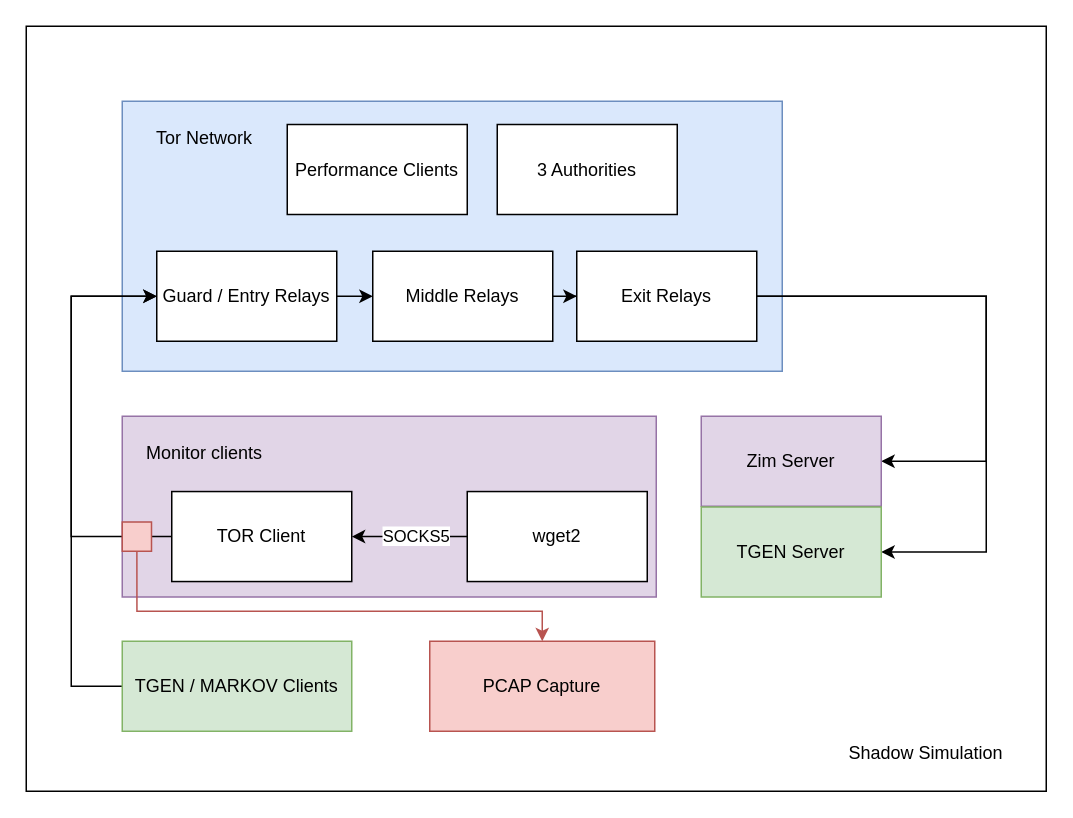
Earlier version of the draw.io diagram page "Page-1" (1 of 3) of images/Diagrams.drawio (OliverStaub/BachelorThesis). Source tidied: cells renumbered, new cells numbered last; positions are measured from the earlier drawing's top-left corner, leaving out a move shared by most shapes. Both pictures are drawn from the tidied source at 150%, with x=0, y=0 at pixel (26, 26).
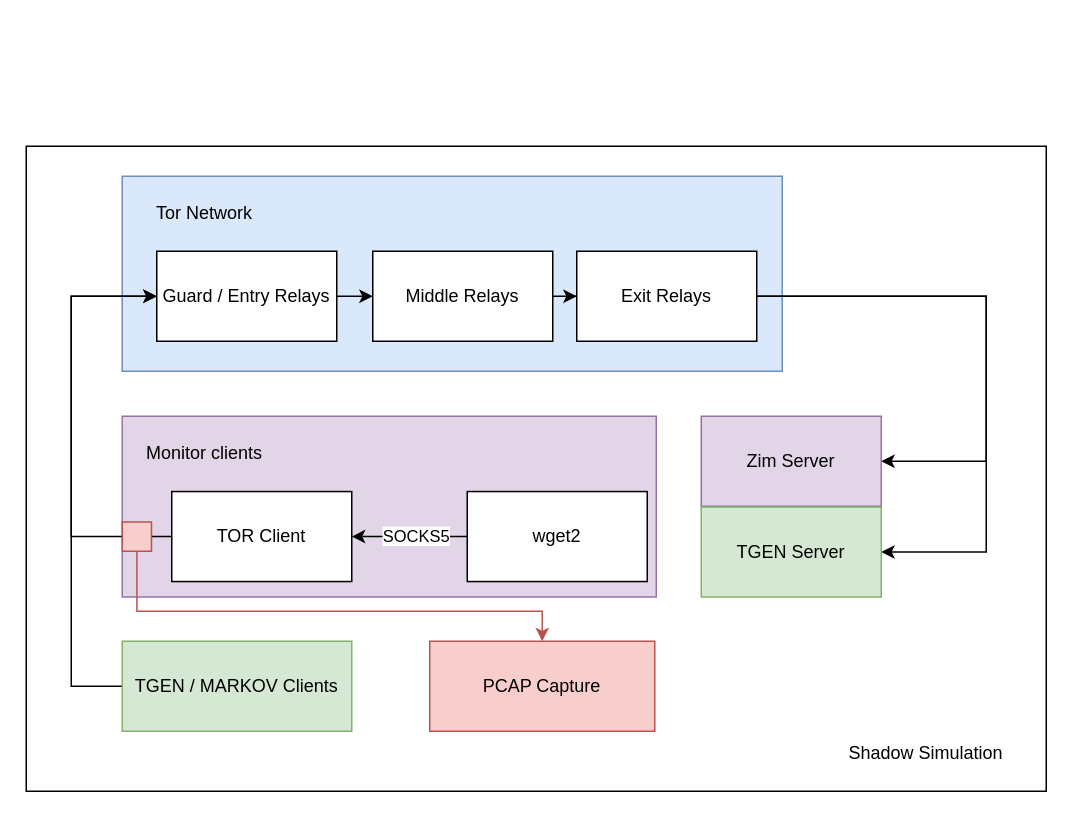
The same diagram, later.

The edit, as a diff of the source:
```diff
@@
     <mxCell id="2" style="rounded=0;whiteSpace=wrap;html=1;" parent="1" vertex="1">
-      <mxGeometry width="680" height="510" as="geometry" />
+      <mxGeometry y="80" width="680" height="430" as="geometry" />
     </mxCell>
     <mxCell id="3" style="rounded=0;whiteSpace=wrap;html=1;fillColor=#dae8fc;strokeColor=#6c8ebf;" parent="1" vertex="1">
-      <mxGeometry x="64" y="50" width="440" height="180" as="geometry" />
+      <mxGeometry x="64" y="100" width="440" height="130" as="geometry" />
     </mxCell>
@@
     <mxCell id="7" value="Tor Network" style="text;html=1;align=center;verticalAlign=middle;whiteSpace=wrap;rounded=0;" parent="1" vertex="1">
-      <mxGeometry x="74" y="60" width="90" height="30" as="geometry" />
+      <mxGeometry x="74" y="110" width="90" height="30" as="geometry" />
     </mxCell>
@@
-    <mxCell id="15" value="3 Authorities" style="rounded=0;whiteSpace=wrap;html=1;" parent="1" vertex="1">
-      <mxGeometry x="314" y="65.5" width="120" height="60" as="geometry" />
-    </mxCell>
-    <mxCell id="16" value="Performance Clients" style="rounded=0;whiteSpace=wrap;html=1;" parent="1" vertex="1">
-      <mxGeometry x="174" y="65.5" width="120" height="60" as="geometry" />
-    </mxCell>
```
